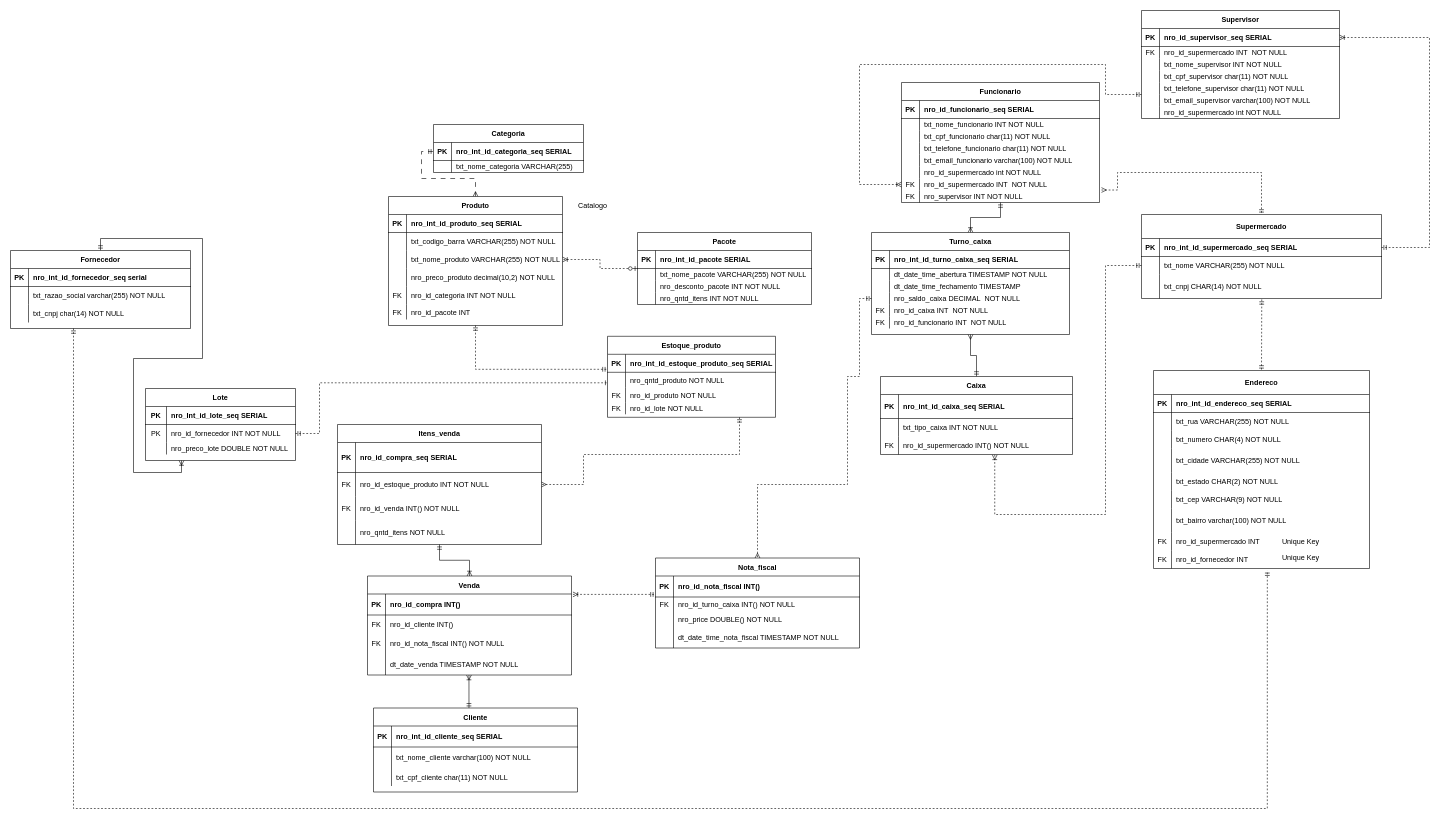
Above: diagrama/supermercados.drawio in Fernandeess/scriptBDSupermercado (draw.io), before the change. Source tidied: cells renumbered, new cells numbered last; positions are measured from the earlier drawing's top-left corner, leaving out a move shared by most shapes. Both pictures are drawn from the tidied source at 60%, with x=0, y=0 at pixel (10, 10).
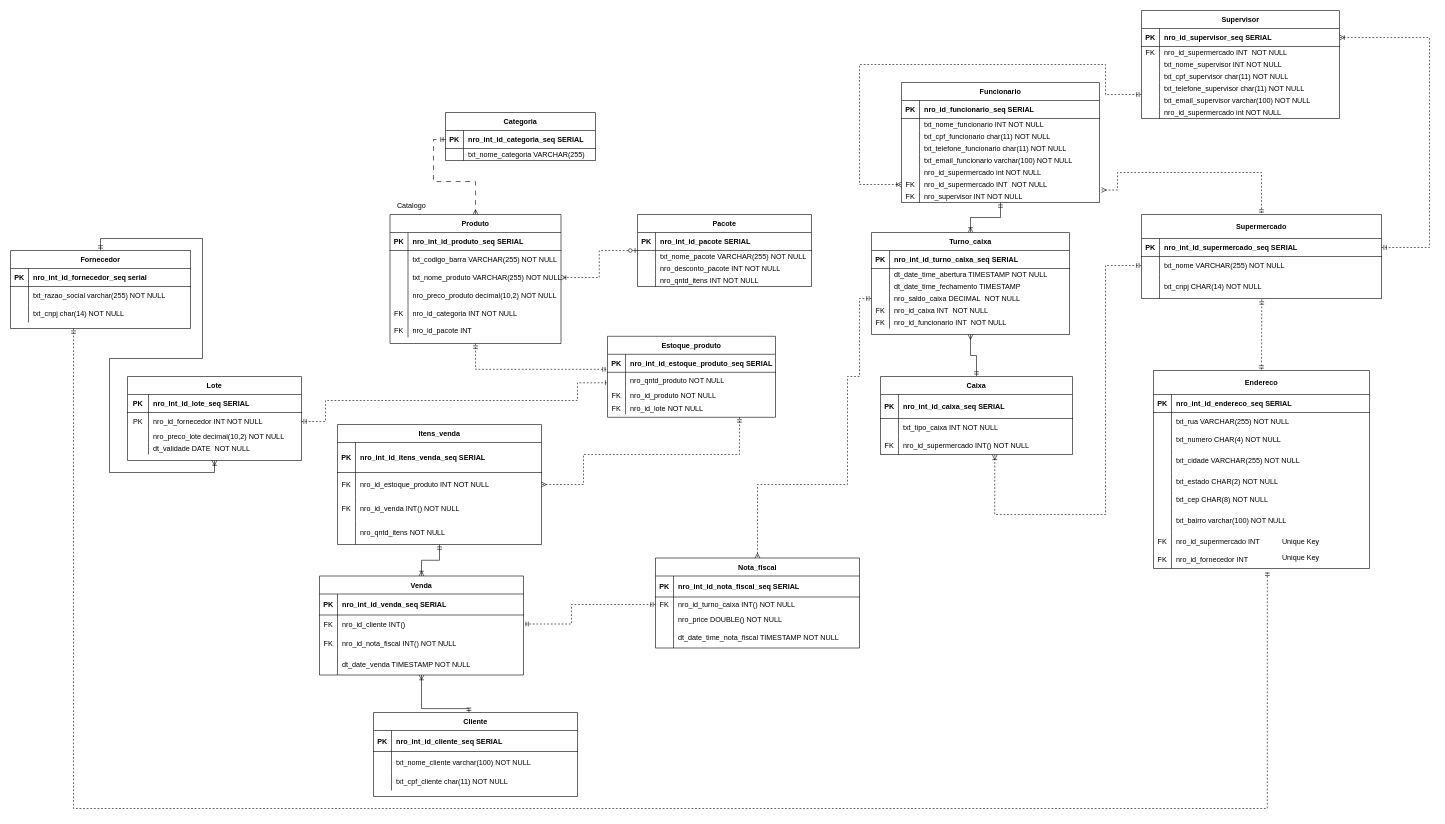
After the change.

The change refers to these unchanged cells:
```xml
<mxCell id="14" value="Fornecedor" style="shape=table;startSize=30;childLayout=tableLayout;rowLines=0;fontStyle=1;align=center;" parent="1" vertex="1">
  <mxGeometry y="400" width="300" height="130" as="geometry" />
</mxCell>
<mxCell id="56" style="shape=partialRectangle;fillColor=none;points=[[0,0.5],[1,0.5]];portConstraint=eastwest;top=0;left=0;right=0;bottom=1;fontStyle=0;" parent="55" vertex="1">
  <mxGeometry y="30" width="340" height="35" as="geometry" />
</mxCell>
<mxCell id="59" style="shape=partialRectangle;fillColor=none;points=[[0,0.5],[1,0.5]];portConstraint=eastwest;top=0;left=0;right=0;bottom=0;fontStyle=0;" parent="55" vertex="1">
  <mxGeometry y="65" width="340" height="30" as="geometry" />
</mxCell>
<mxCell id="133" style="shape=partialRectangle;fillColor=none;top=0;left=0;right=0;bottom=0;fontStyle=0;" parent="117" vertex="1">
  <mxGeometry y="200" width="360" height="30" as="geometry" />
</mxCell>
<mxCell id="211" value="Nota_fiscal" style="shape=table;startSize=30;childLayout=tableLayout;rowLines=0;fontStyle=1;align=center;" parent="1" vertex="1">
  <mxGeometry x="1075" y="912.5" width="340" height="150" as="geometry" />
</mxCell>
<mxCell id="212" style="shape=partialRectangle;fillColor=none;top=0;left=0;right=0;bottom=1;fontStyle=0;" parent="211" vertex="1">
  <mxGeometry y="30" width="340" height="35" as="geometry" />
</mxCell>
<mxCell id="215" style="shape=partialRectangle;fillColor=none;points=[[0,0.5],[1,0.5]];portConstraint=eastwest;top=0;left=0;right=0;bottom=0;fontStyle=0;" parent="211" vertex="1">
  <mxGeometry y="65" width="340" height="25" as="geometry" />
</mxCell>
<mxCell id="229" style="shape=partialRectangle;fillColor=none;top=0;left=0;right=0;bottom=1;fontStyle=0;" parent="228" vertex="1">
  <mxGeometry y="30" width="340" height="50" as="geometry" />
</mxCell>
<mxCell id="248" style="shape=partialRectangle;fillColor=none;points=[[0,0.5],[1,0.5]];portConstraint=eastwest;top=0;left=0;right=0;bottom=0;fontStyle=0;" parent="244" vertex="1">
  <mxGeometry y="60" width="280" height="25" as="geometry" />
</mxCell>
```

Diff of the diagram source:
```diff
@@
     <mxCell id="2" value="Lote" style="shape=table;startSize=30;childLayout=tableLayout;rowLines=0;fontStyle=1;align=center;" parent="1" vertex="1">
-      <mxGeometry x="225" y="630" width="250" height="120" as="geometry" />
+      <mxGeometry x="195" y="610" width="290" height="140" as="geometry" />
     </mxCell>
     <mxCell id="3" style="shape=partialRectangle;fillColor=none;top=0;left=0;right=0;bottom=1;fontStyle=0;" parent="2" vertex="1">
-      <mxGeometry y="30" width="250" height="30" as="geometry" />
+      <mxGeometry y="30" width="290" height="30" as="geometry" />
     </mxCell>
@@
     <mxCell id="5" value="nro_Int_id_lote_seq SERIAL" style="shape=partialRectangle;overflow=hidden;fillColor=none;top=0;left=0;bottom=0;right=0;align=left;spacingLeft=6;fontStyle=1;" parent="3" vertex="1">
-      <mxGeometry x="35" width="215" height="30" as="geometry" />
+      <mxGeometry x="35" width="255" height="30" as="geometry" />
     </mxCell>
     <mxCell id="6" style="shape=partialRectangle;fillColor=none;points=[[0,0.5],[1,0.5]];portConstraint=eastwest;top=0;left=0;right=0;bottom=0;fontStyle=0;" parent="2" vertex="1">
-      <mxGeometry y="60" width="250" height="30" as="geometry" />
+      <mxGeometry y="60" width="290" height="30" as="geometry" />
     </mxCell>
@@
     <mxCell id="8" value="nro_id_fornecedor INT NOT NULL" style="shape=partialRectangle;overflow=hidden;fillColor=none;top=0;left=0;bottom=0;right=0;align=left;spacingLeft=6;fontStyle=0;" parent="6" vertex="1">
-      <mxGeometry x="35" width="215" height="30" as="geometry" />
+      <mxGeometry x="35" width="255" height="30" as="geometry" />
     </mxCell>
     <mxCell id="9" style="shape=partialRectangle;fillColor=none;top=0;left=0;right=0;bottom=0;fontStyle=0;" parent="2" vertex="1">
-      <mxGeometry y="90" width="250" height="20" as="geometry" />
+      <mxGeometry y="90" width="290" height="20" as="geometry" />
     </mxCell>
@@
-    <mxCell id="11" value="nro_preco_lote DOUBLE NOT NULL" style="shape=partialRectangle;overflow=hidden;fillColor=none;top=0;left=0;bottom=0;right=0;align=left;spacingLeft=6;fontStyle=0;" parent="9" vertex="1">
-      <mxGeometry x="35" width="215" height="20" as="geometry" />
+    <mxCell id="11" value="nro_preco_lote decimal(10,2) NOT NULL" style="shape=partialRectangle;overflow=hidden;fillColor=none;top=0;left=0;bottom=0;right=0;align=left;spacingLeft=6;fontStyle=0;" parent="9" vertex="1">
+      <mxGeometry x="35" width="255" height="20" as="geometry" />
     </mxCell>
+    <mxCell id="258" style="shape=partialRectangle;fillColor=none;top=0;left=0;right=0;bottom=0;fontStyle=0;" parent="2" vertex="1">
+      <mxGeometry y="110" width="290" height="20" as="geometry" />
+    </mxCell>
+    <mxCell id="259" style="shape=partialRectangle;overflow=hidden;fillColor=none;top=0;left=0;bottom=0;right=0;fontStyle=0;" parent="258" vertex="1">
+      <mxGeometry width="35" height="20" as="geometry" />
+    </mxCell>
+    <mxCell id="260" value="dt_validade DATE  NOT NULL" style="shape=partialRectangle;overflow=hidden;fillColor=none;top=0;left=0;bottom=0;right=0;align=left;spacingLeft=6;fontStyle=0;" parent="258" vertex="1">
+      <mxGeometry x="35" width="255" height="20" as="geometry" />
+    </mxCell>
-    <mxCell id="12" style="edgeStyle=orthogonalEdgeStyle;rounded=0;jettySize=auto;html=1;exitX=0.5;exitY=0;exitDx=0;exitDy=0;endArrow=ERoneToMany;endFill=0;startArrow=ERmandOne;startFill=0;fontStyle=0;" parent="1" edge="1" source="14">
+    <mxCell id="12" style="edgeStyle=orthogonalEdgeStyle;rounded=0;jettySize=auto;html=1;exitX=0.5;exitY=0;exitDx=0;exitDy=0;endArrow=ERoneToMany;endFill=0;startArrow=ERmandOne;startFill=0;fontStyle=0;entryX=0.5;entryY=1;entryDx=0;entryDy=0;" parent="1" edge="1" source="14" target="2">
       <mxGeometry relative="1" as="geometry">
-        <mxPoint x="285" y="750" as="targetPoint" />
         <Array as="points">
           <mxPoint x="150" y="380" />
           <mxPoint x="320" y="380" />
           <mxPoint x="320" y="580" />
-          <mxPoint x="205" y="580" />
-          <mxPoint x="205" y="770" />
-          <mxPoint x="285" y="770" />
-          <mxPoint x="285" y="750" />
+          <mxPoint x="165" y="580" />
+          <mxPoint x="165" y="770" />
+          <mxPoint x="340" y="770" />
         </Array>
       </mxGeometry>
     </mxCell>
@@
     <mxCell id="27" value="Produto" style="shape=table;startSize=30;childLayout=tableLayout;rowLines=0;fontStyle=1;align=center;" parent="1" vertex="1">
-      <mxGeometry x="630" y="310" width="290" height="215" as="geometry" />
+      <mxGeometry x="632.5" y="340" width="285" height="215" as="geometry" />
     </mxCell>
     <mxCell id="28" style="shape=partialRectangle;fillColor=none;top=0;left=0;right=0;bottom=1;fontStyle=0;" parent="27" vertex="1">
-      <mxGeometry y="30" width="290" height="30" as="geometry" />
+      <mxGeometry y="30" width="285" height="30" as="geometry" />
     </mxCell>
@@
     <mxCell id="30" value="nro_int_id_produto_seq SERIAL" style="shape=partialRectangle;overflow=hidden;fillColor=none;top=0;left=0;bottom=0;right=0;align=left;spacingLeft=6;fontStyle=1;" parent="28" vertex="1">
-      <mxGeometry x="30" width="260" height="30" as="geometry" />
+      <mxGeometry x="30" width="255" height="30" as="geometry" />
     </mxCell>
     <mxCell id="31" style="shape=partialRectangle;fillColor=none;top=0;left=0;right=0;bottom=0;fontStyle=0;" parent="27" vertex="1">
-      <mxGeometry y="60" width="290" height="30" as="geometry" />
+      <mxGeometry y="60" width="285" height="30" as="geometry" />
     </mxCell>
@@
     <mxCell id="33" value="txt_codigo_barra VARCHAR(255) NOT NULL" style="shape=partialRectangle;overflow=hidden;fillColor=none;top=0;left=0;bottom=0;right=0;align=left;spacingLeft=6;fontStyle=0;" parent="31" vertex="1">
-      <mxGeometry x="30" width="260" height="30" as="geometry" />
+      <mxGeometry x="30" width="255" height="30" as="geometry" />
     </mxCell>
     <mxCell id="34" style="shape=partialRectangle;fillColor=none;points=[[0,0.5],[1,0.5]];portConstraint=eastwest;top=0;left=0;right=0;bottom=0;fontStyle=0;" parent="27" vertex="1">
-      <mxGeometry y="90" width="290" height="30" as="geometry" />
+      <mxGeometry y="90" width="285" height="30" as="geometry" />
     </mxCell>
@@
     <mxCell id="36" value="txt_nome_produto VARCHAR(255) NOT NULL" style="shape=partialRectangle;overflow=hidden;fillColor=none;top=0;left=0;bottom=0;right=0;align=left;spacingLeft=6;fontStyle=0;" parent="34" vertex="1">
-      <mxGeometry x="30" width="260" height="30" as="geometry" />
+      <mxGeometry x="30" width="255" height="30" as="geometry" />
     </mxCell>
     <mxCell id="37" style="shape=partialRectangle;fillColor=none;top=0;left=0;right=0;bottom=0;fontStyle=0;" parent="27" vertex="1">
-      <mxGeometry y="120" width="290" height="30" as="geometry" />
+      <mxGeometry y="120" width="285" height="30" as="geometry" />
     </mxCell>
@@
     <mxCell id="39" value="nro_preco_produto decimal(10,2) NOT NULL" style="shape=partialRectangle;overflow=hidden;fillColor=none;top=0;left=0;bottom=0;right=0;align=left;spacingLeft=6;fontStyle=0;" parent="37" vertex="1">
-      <mxGeometry x="30" width="260" height="30" as="geometry" />
+      <mxGeometry x="30" width="255" height="30" as="geometry" />
     </mxCell>
     <mxCell id="40" style="shape=partialRectangle;fillColor=none;top=0;left=0;right=0;bottom=0;fontStyle=0;" parent="27" vertex="1">
-      <mxGeometry y="150" width="290" height="30" as="geometry" />
+      <mxGeometry y="150" width="285" height="30" as="geometry" />
     </mxCell>
@@
     <mxCell id="42" value="nro_id_categoria INT NOT NULL" style="shape=partialRectangle;overflow=hidden;fillColor=none;top=0;left=0;bottom=0;right=0;align=left;spacingLeft=6;fontStyle=0;" parent="40" vertex="1">
-      <mxGeometry x="30" width="260" height="30" as="geometry" />
+      <mxGeometry x="30" width="255" height="30" as="geometry" />
     </mxCell>
     <mxCell id="43" style="shape=partialRectangle;fillColor=none;top=0;left=0;right=0;bottom=0;fontStyle=0;" parent="27" vertex="1">
-      <mxGeometry y="180" width="290" height="25" as="geometry" />
+      <mxGeometry y="180" width="285" height="25" as="geometry" />
     </mxCell>
@@
     <mxCell id="45" value="nro_id_pacote INT" style="shape=partialRectangle;overflow=hidden;fillColor=none;top=0;left=0;bottom=0;right=0;align=left;spacingLeft=6;fontStyle=0;" parent="43" vertex="1">
-      <mxGeometry x="30" width="260" height="25" as="geometry" />
+      <mxGeometry x="30" width="255" height="25" as="geometry" />
     </mxCell>
     <mxCell id="46" value="Categoria" style="shape=table;startSize=30;childLayout=tableLayout;rowLines=0;fontStyle=1;align=center;" parent="1" vertex="1">
-      <mxGeometry x="705" y="190" width="250" height="80" as="geometry" />
+      <mxGeometry x="725" y="170" width="250" height="80" as="geometry" />
     </mxCell>
@@
-    <mxCell id="54" style="edgeStyle=orthogonalEdgeStyle;rounded=0;jettySize=auto;html=1;dashed=1;startArrow=ERoneToMany;startFill=0;endArrow=ERmandOne;endFill=0;exitX=1.007;exitY=0.019;exitDx=0;exitDy=0;exitPerimeter=0;" parent="1" edge="1" source="56" target="211">
-      <mxGeometry relative="1" as="geometry">
-        <Array as="points">
-          <mxPoint x="985" y="973.5" />
-          <mxPoint x="985" y="973.5" />
-        </Array>
-      </mxGeometry>
-    </mxCell>
     <mxCell id="55" value="Venda" style="shape=table;startSize=30;childLayout=tableLayout;rowLines=0;fontStyle=1;align=center;" parent="1" vertex="1">
-      <mxGeometry x="595" y="942.5" width="340" height="165" as="geometry" />
+      <mxGeometry x="515" y="942.5" width="340" height="165" as="geometry" />
     </mxCell>
@@
-    <mxCell id="58" value="nro_id_compra INT()" style="shape=partialRectangle;overflow=hidden;fillColor=none;top=0;left=0;bottom=0;right=0;align=left;spacingLeft=6;fontStyle=1;" parent="56" vertex="1">
+    <mxCell id="58" value="nro_int_id_venda_seq SERIAL" style="shape=partialRectangle;overflow=hidden;fillColor=none;top=0;left=0;bottom=0;right=0;align=left;spacingLeft=6;fontStyle=1;" parent="56" vertex="1">
       <mxGeometry x="30" width="310" height="35" as="geometry" />
     </mxCell>
@@
-    <mxCell id="135" value="txt_cep VARCHAR(9) NOT NULL" style="shape=partialRectangle;overflow=hidden;fillColor=none;top=0;left=0;bottom=0;right=0;align=left;spacingLeft=6;fontStyle=0;" parent="133" vertex="1">
+    <mxCell id="135" value="txt_cep CHAR(8) NOT NULL" style="shape=partialRectangle;overflow=hidden;fillColor=none;top=0;left=0;bottom=0;right=0;align=left;spacingLeft=6;fontStyle=0;" parent="133" vertex="1">
       <mxGeometry x="30" width="330" height="30" as="geometry" />
     </mxCell>
@@
     <mxCell id="164" value="Cliente" style="shape=table;startSize=30;childLayout=tableLayout;rowLines=0;fontStyle=1;align=center;" parent="1" vertex="1">
-      <mxGeometry x="605" y="1162.5" width="340" height="140" as="geometry" />
+      <mxGeometry x="605" y="1170" width="340" height="140" as="geometry" />
     </mxCell>
@@
     <mxCell id="175" value="Pacote" style="shape=table;startSize=30;childLayout=tableLayout;rowLines=0;fontStyle=1;align=center;" parent="1" vertex="1">
-      <mxGeometry x="1045" y="370" width="290" height="120" as="geometry" />
+      <mxGeometry x="1045" y="340" width="290" height="120" as="geometry" />
     </mxCell>
@@
-    <mxCell id="214" value="nro_id_nota_fiscal INT()" style="shape=partialRectangle;overflow=hidden;fillColor=none;top=0;left=0;bottom=0;right=0;align=left;spacingLeft=6;fontStyle=1;" parent="212" vertex="1">
+    <mxCell id="214" value="nro_int_id_nota_fiscal_seq SERIAL" style="shape=partialRectangle;overflow=hidden;fillColor=none;top=0;left=0;bottom=0;right=0;align=left;spacingLeft=6;fontStyle=1;" parent="212" vertex="1">
       <mxGeometry x="30" width="310" height="35" as="geometry" />
     </mxCell>
@@
-    <mxCell id="231" value="nro_id_compra_seq SERIAL" style="shape=partialRectangle;overflow=hidden;fillColor=none;top=0;left=0;bottom=0;right=0;align=left;spacingLeft=6;fontStyle=1;" parent="229" vertex="1">
+    <mxCell id="231" value="nro_int_id_itens_venda_seq SERIAL" style="shape=partialRectangle;overflow=hidden;fillColor=none;top=0;left=0;bottom=0;right=0;align=left;spacingLeft=6;fontStyle=1;" parent="229" vertex="1">
       <mxGeometry x="30" width="310" height="50" as="geometry" />
     </mxCell>
@@
     <mxCell id="241" value="Catalogo" style="text;html=1;align=center;verticalAlign=middle;strokeColor=none;fillColor=none;" parent="1" vertex="1">
-      <mxGeometry x="935" y="310" width="70" height="30" as="geometry" />
+      <mxGeometry x="632.5" y="310" width="70" height="30" as="geometry" />
     </mxCell>
@@
-    <mxCell id="257" style="edgeStyle=orthogonalEdgeStyle;rounded=0;jettySize=auto;html=1;entryX=0.002;entryY=0.701;entryDx=0;entryDy=0;dashed=1;endArrow=ERone;endFill=0;startArrow=ERmandOne;startFill=0;entryPerimeter=0;" parent="1" edge="1" source="6" target="248">
+    <mxCell id="257" style="edgeStyle=orthogonalEdgeStyle;rounded=0;jettySize=auto;html=1;entryX=0.002;entryY=0.701;entryDx=0;entryDy=0;dashed=1;endArrow=ERone;endFill=0;startArrow=ERmandOne;startFill=0;entryPerimeter=0;exitX=1;exitY=0.5;exitDx=0;exitDy=0;" parent="1" edge="1" source="6" target="248">
       <mxGeometry relative="1" as="geometry">
         <Array as="points">
-          <mxPoint x="515" y="705" />
-          <mxPoint x="515" y="620" />
-          <mxPoint x="996" y="620" />
+          <mxPoint x="525" y="685" />
+          <mxPoint x="525" y="650" />
+          <mxPoint x="945" y="650" />
+          <mxPoint x="945" y="621" />
         </Array>
       </mxGeometry>
     </mxCell>
+    <mxCell id="54" style="edgeStyle=orthogonalEdgeStyle;rounded=0;jettySize=auto;html=1;dashed=1;startArrow=ERmandOne;startFill=0;endArrow=ERmandOne;endFill=0;exitX=0;exitY=0.5;exitDx=0;exitDy=0;entryX=1;entryY=0.5;entryDx=0;entryDy=0;" parent="1" edge="1" source="215" target="59">
+      <mxGeometry relative="1" as="geometry">
+        <Array as="points">
+          <mxPoint x="935" y="990" />
+          <mxPoint x="935" y="1023" />
+        </Array>
+      </mxGeometry>
+    </mxCell>
```
